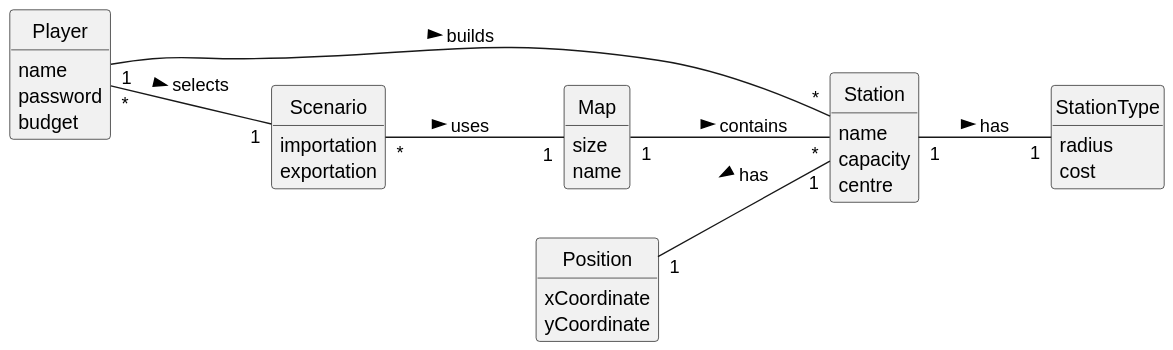
Above: Sprint3/US005/02.analysis/svg/US005-DM.svg in 1240935/pi2-railway-simulator (PlantUML), before the change.
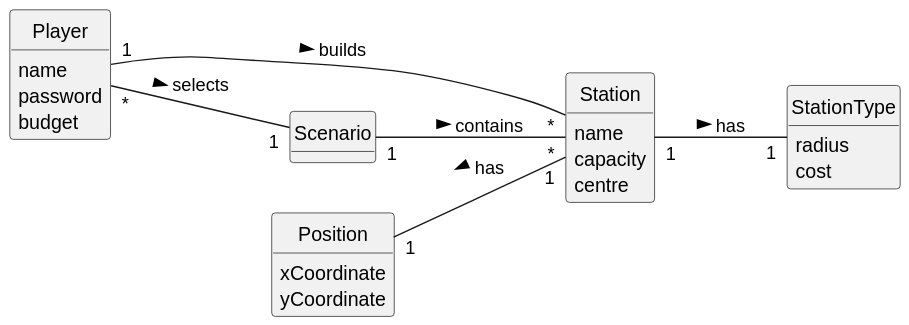
After the change.

Change to the diagram source:
```diff
@@ -12,11 +12,6 @@
     name
     password
     budget
-}
-
-class Map {
-    size
-    name
 }
 
 class Station {
@@ -36,14 +31,9 @@
 }
 
 class Scenario {
-    importation
-    exportation
 }
 
-
-
-Scenario "*" -- "1" Map : uses >
-Map "1" -- "*" Station : contains >
+Scenario "1" -- "*" Station : contains >
 Station "1" -- "1" StationType: has >
 Player "1" -- "*" Station: builds >
 Player "*" -- "1" Scenario : selects >
```
